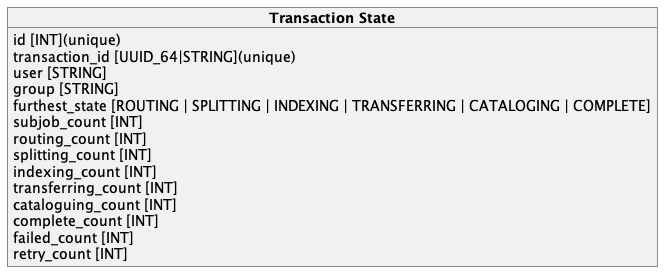
This is docs/spec/uml/monitor_db.png from cedadev/nlds, a PlantUML export, as it was before one commit. The source it was exported from:
```plantuml
@startuml monitor_db

object "**Transaction State**" as transaction_state {
    id [INT](unique)
    transaction_id [UUID_64|STRING](unique)
    user [STRING]
    group [STRING]
    furthest_state [ROUTING | SPLITTING | INDEXING | TRANSFERRING | CATALOGING | COMPLETE]
    subjob_count [INT]
    routing_count [INT]
    splitting_count [INT]
    indexing_count [INT]
    transferring_count [INT]
    cataloguing_count [INT]
    complete_count [INT]
    failed_count [INT]
    retry_count [INT]
}



@enduml
```
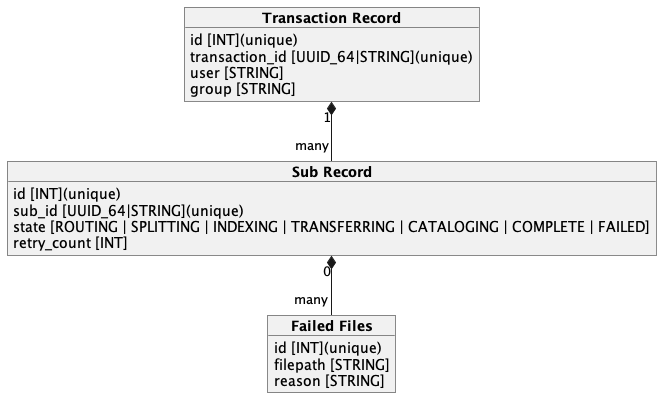
Above is the later version.

Commit message:
Monitor db UML update

Diff of the diagram source:
```diff
@@ -1,22 +1,26 @@
 @startuml monitor_db
 
-object "**Transaction State**" as transaction_state {
+object "**Transaction Record**" as tran_rec {
     id [INT](unique)
     transaction_id [UUID_64|STRING](unique)
     user [STRING]
     group [STRING]
-    furthest_state [ROUTING | SPLITTING | INDEXING | TRANSFERRING | CATALOGING | COMPLETE]
-    subjob_count [INT]
-    routing_count [INT]
-    splitting_count [INT]
-    indexing_count [INT]
-    transferring_count [INT]
-    cataloguing_count [INT]
-    complete_count [INT]
-    failed_count [INT]
+}
+
+object "**Sub Record**" as sub_rec {
+    id [INT](unique)
+    sub_id [UUID_64|STRING](unique)
+    state [ROUTING | SPLITTING | INDEXING | TRANSFERRING | CATALOGING | COMPLETE | FAILED]
     retry_count [INT]
 }
 
+object "**Failed Files**" as fail_rec {
+    id [INT](unique)
+    filepath [STRING]
+    reason [STRING]
+}
 
+tran_rec "1" *-- "many" sub_rec
+sub_rec "0" *-- "many" fail_rec
 
 @enduml
```
